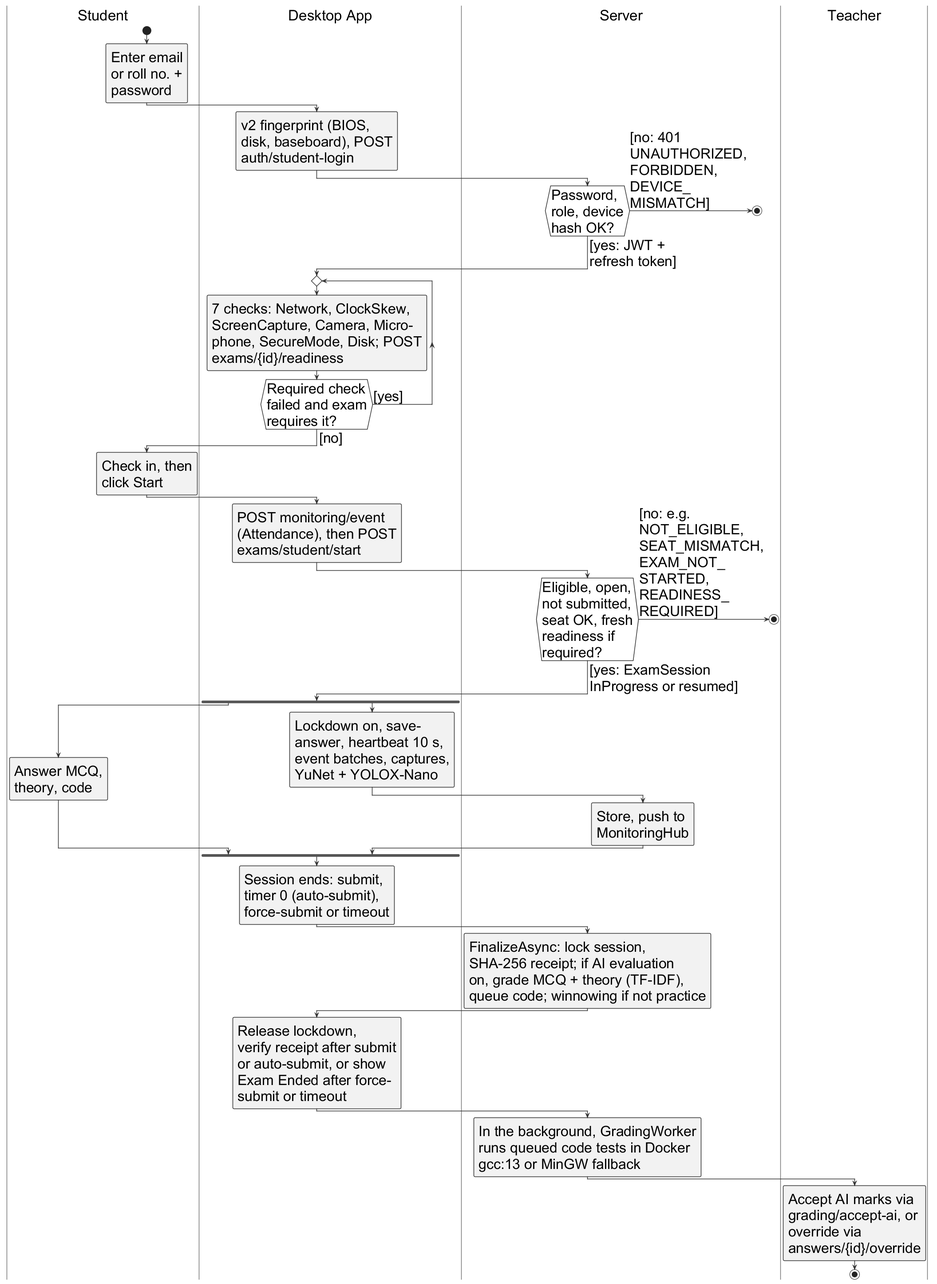
Haiderali27-hub/AI-Lab-Monitoring- keeps this PlantUML diagram as important docs/fyp_doc_3chatp/Figures/activity_diagram.png. Above is the earlier version. Its source is kept beside it as important docs/fyp_doc_3chatp/Figures/src/activity_diagram.puml.
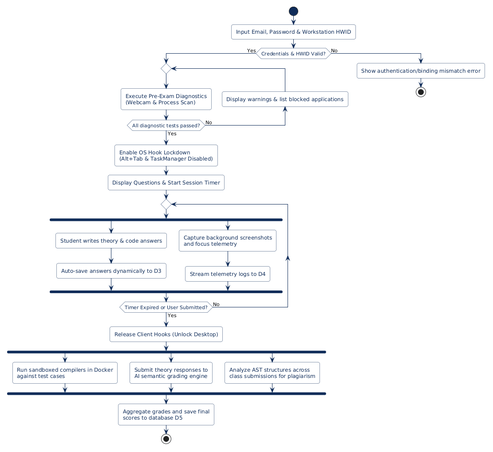
After the change.

The edit, as a diff of the source:
```diff
@@ -1,106 +1,84 @@
 @startuml
 !include style.iuml
 skinparam dpi 96
-skinparam defaultFontSize 32
-skinparam ArrowFontSize 32
+skinparam defaultFontSize 30
+skinparam ArrowFontSize 29
 skinparam ArrowThickness 2
 skinparam activityBorderThickness 1.5
 skinparam padding 1
 skinparam swimlane {
   BorderColor #777777
-  TitleFontSize 33
+  TitleFontSize 31
 }
 
 |Student|
 start
-:Enter email
-or roll no. +
+:Enter ID and
 password;
 |Desktop App|
-:v2 fingerprint (BIOS,
-disk, baseboard), POST
-auth/student-login;
+:Send login with
+device fingerprint;
 |Server|
-if (Password,
-role, device
-hash OK?) then ([no: 401
-UNAUTHORIZED,
-FORBIDDEN,
-DEVICE_
-MISMATCH])
+if (Login and
+device OK?) then ([no])
+  :Refuse;
   stop
-else ([yes: JWT +\nrefresh token])
+else ([yes: tokens])
 endif
 |Desktop App|
 repeat
-:7 checks: Network, ClockSkew,
-ScreenCapture, Camera, Micro-
-phone, SecureMode, Disk; POST
-exams/{id}/readiness;
-repeat while (Required check
-failed and exam
-requires it?) is ([yes])
+:Run 7 readiness
+checks, send results;
+repeat while (Required
+check failed?) is ([yes])
 -> [no];
 |Student|
-:Check in, then
-click Start;
+:Check in,
+press Start;
 |Desktop App|
-:POST monitoring/event
-(Attendance), then POST
-exams/student/start;
+:Request exam start;
 |Server|
 if (Eligible, open,
-not submitted,
-seat OK, fresh
-readiness if
-required?) then ([no: e.g.
-NOT_ELIGIBLE,
-SEAT_MISMATCH,
-EXAM_NOT_
-STARTED,
-READINESS_
-REQUIRED])
+seat and readiness
+OK?) then ([no])
+  :Refuse;
   stop
-else ([yes: ExamSession\nInProgress or resumed])
+else ([yes])
+  :Start or resume
+  the session;
 endif
 |Desktop App|
 fork
   |Student|
-  :Answer MCQ,
-  theory, code;
+  :Answer
+  questions;
 fork again
   |Desktop App|
-  :Lockdown on, save-
-  answer, heartbeat 10 s,
-  event batches, captures,
-  YuNet + YOLOX-Nano;
+  :Lockdown, auto-save,
+  heartbeat, events,
+  captures, webcam AI;
   |Server|
   :Store, push to
-  MonitoringHub;
+  live monitor;
   |Desktop App|
 end fork
 :Session ends: submit,
-timer 0 (auto-submit),
-force-submit or timeout;
+timer, force-submit
+or timeout;
 |Server|
-:FinalizeAsync: lock session,
-SHA-256 receipt; if AI evaluation
-on, grade MCQ + theory (TF-IDF),
-queue code; winnowing if not practice;
+:Finalise with receipt,
+auto-grade if AI on,
+plagiarism check if
+not practice;
 |Desktop App|
 :Release lockdown,
-verify receipt after submit
-or auto-submit, or show
-Exam Ended after force-
-submit or timeout;
+verify receipt or
+show Exam Ended;
 |Server|
-:In the background, GradingWorker
-runs queued code tests in Docker
-gcc:13 or MinGW fallback;
+:Run code tests
+in background;
 |Teacher|
-:Accept AI marks via
-grading/accept-ai, or
-override via
-answers/{id}/override;
+:Accept AI marks
+or override;
 stop
 @enduml
```
